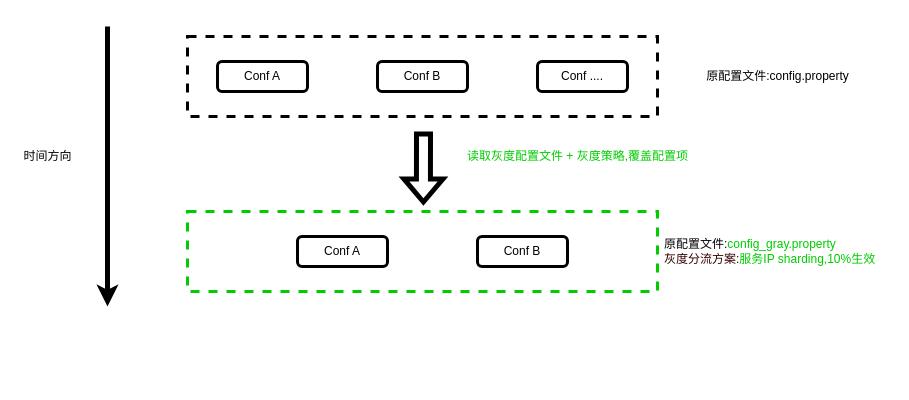
karlchan-cn/drawio-repository keeps this draw.io diagram as universal-engine/heracles_upgrade.drawio. Above is the earlier version. Source tidied: cells renumbered, new cells numbered last; positions are measured from the earlier drawing's top-left corner, leaving out a move shared by most shapes. Both pictures are drawn from the tidied source at 100%, with x=0, y=0 at pixel (17, 26).
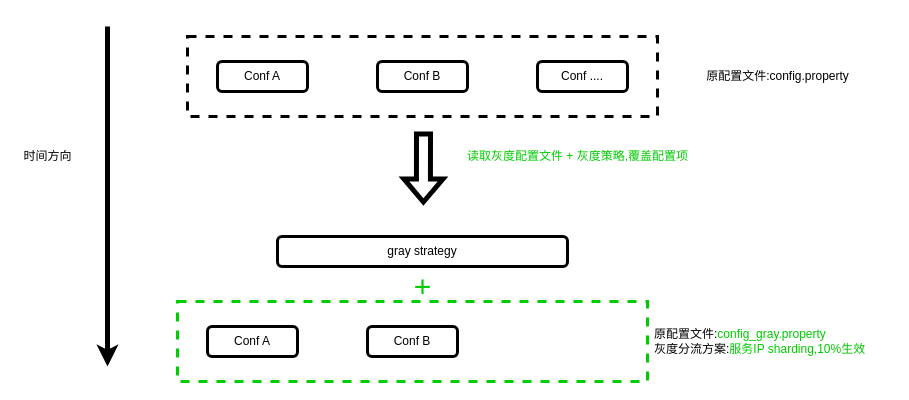
The same page after the edit.

Diff of the diagram source:
```diff
@@
 <mxGraphModel>
   <root>
     <mxCell id="0" />
     <mxCell id="1" parent="0" />
     <mxCell id="2" style="endArrow=classic;html=1;rounded=0;strokeWidth=5;" parent="1" edge="1">
       <mxGeometry relative="1" as="geometry">
         <mxPoint x="90" as="sourcePoint" />
-        <mxPoint x="90" y="280" as="targetPoint" />
+        <mxPoint x="90" y="340" as="targetPoint" />
       </mxGeometry>
     </mxCell>
     <mxCell id="3" value="时间方向" style="text;html=1;align=center;verticalAlign=middle;strokeColor=none;fillColor=none;" parent="1" vertex="1">
       <mxGeometry y="120" width="60" height="20" as="geometry" />
     </mxCell>
     <mxCell id="4" style="rounded=0;whiteSpace=wrap;html=1;fillColor=none;strokeWidth=3;dashed=1;" parent="1" vertex="1">
       <mxGeometry x="170" y="10" width="470" height="80" as="geometry" />
     </mxCell>
     <mxCell id="5" value="原配置文件:config.property" style="text;html=1;align=center;verticalAlign=middle;strokeColor=none;fillColor=none;" parent="1" vertex="1">
       <mxGeometry x="680" y="40" width="160" height="20" as="geometry" />
     </mxCell>
     <mxCell id="6" value="Conf A" style="rounded=1;whiteSpace=wrap;html=1;strokeWidth=3;fillColor=none;" parent="1" vertex="1">
       <mxGeometry x="200" y="35" width="90" height="30" as="geometry" />
     </mxCell>
     <mxCell id="7" value="Conf B" style="rounded=1;whiteSpace=wrap;html=1;strokeWidth=3;fillColor=none;" parent="1" vertex="1">
       <mxGeometry x="360" y="35" width="90" height="30" as="geometry" />
     </mxCell>
     <mxCell id="8" value="Conf ...." style="rounded=1;whiteSpace=wrap;html=1;strokeWidth=3;fillColor=none;" parent="1" vertex="1">
       <mxGeometry x="520" y="35" width="90" height="30" as="geometry" />
     </mxCell>
     <mxCell id="9" style="rounded=0;whiteSpace=wrap;html=1;fillColor=none;strokeWidth=3;dashed=1;strokeColor=#00CC00;" parent="1" vertex="1">
-      <mxGeometry x="170" y="185" width="470" height="80" as="geometry" />
+      <mxGeometry x="160" y="275" width="470" height="80" as="geometry" />
     </mxCell>
-    <mxCell id="10" value="原配置文件:&lt;font color=&quot;#00cc00&quot;&gt;config_gray.property&lt;/font&gt;&lt;br&gt;&lt;font color=&quot;#330000&quot;&gt;灰度分流方案:&lt;/font&gt;&lt;font color=&quot;#00cc00&quot;&gt;服务IP sharding,10%生效&lt;/font&gt;" style="text;html=1;align=left;verticalAlign=middle;strokeColor=none;fillColor=none;" parent="1" vertex="1">
-      <mxGeometry x="645" y="210" width="230" height="30" as="geometry" />
+    <mxCell id="10" value="原配置文件:&lt;font color=&quot;#00cc00&quot;&gt;config_gray.property&lt;/font&gt;&lt;br&gt;灰度分流方案:&lt;font color=&quot;#00cc00&quot;&gt;服务IP sharding,10%生效&lt;/font&gt;" style="text;html=1;align=left;verticalAlign=middle;strokeColor=none;fillColor=none;" parent="1" vertex="1">
+      <mxGeometry x="635" y="300" width="230" height="30" as="geometry" />
     </mxCell>
     <mxCell id="11" value="Conf A" style="rounded=1;whiteSpace=wrap;html=1;strokeWidth=3;fillColor=none;" parent="1" vertex="1">
-      <mxGeometry x="280" y="210" width="90" height="30" as="geometry" />
+      <mxGeometry x="190" y="300" width="90" height="30" as="geometry" />
     </mxCell>
     <mxCell id="12" value="Conf B" style="rounded=1;whiteSpace=wrap;html=1;strokeWidth=3;fillColor=none;" parent="1" vertex="1">
-      <mxGeometry x="460" y="210" width="90" height="30" as="geometry" />
+      <mxGeometry x="350" y="300" width="90" height="30" as="geometry" />
     </mxCell>
     <mxCell id="13" style="shape=flexArrow;endArrow=classic;html=1;rounded=0;strokeWidth=5;entryX=0.538;entryY=-0.025;entryDx=0;entryDy=0;entryPerimeter=0;" parent="1" edge="1">
       <mxGeometry relative="1" as="geometry">
         <mxPoint x="406" y="105" as="sourcePoint" />
         <mxPoint x="405.9" y="178" as="targetPoint" />
       </mxGeometry>
     </mxCell>
     <mxCell id="14" value="读取灰度配置文件 + 灰度策略,覆盖配置项" style="text;html=1;align=center;verticalAlign=middle;strokeColor=none;fillColor=none;fontColor=#00CC00;" parent="1" vertex="1">
       <mxGeometry x="440" y="120" width="240" height="20" as="geometry" />
     </mxCell>
+    <mxCell id="15" value="gray strategy" style="rounded=1;whiteSpace=wrap;html=1;strokeWidth=3;fillColor=none;" parent="1" vertex="1">
+      <mxGeometry x="260" y="210" width="290" height="30" as="geometry" />
+    </mxCell>
+    <mxCell id="16" value="&lt;font style=&quot;font-size: 30px&quot;&gt;+&lt;/font&gt;" style="text;html=1;align=center;verticalAlign=middle;strokeColor=none;fillColor=none;fontColor=#00CC00;" parent="1" vertex="1">
+      <mxGeometry x="390" y="245" width="30" height="30" as="geometry" />
+    </mxCell>
   </root>
 </mxGraphModel>
```
